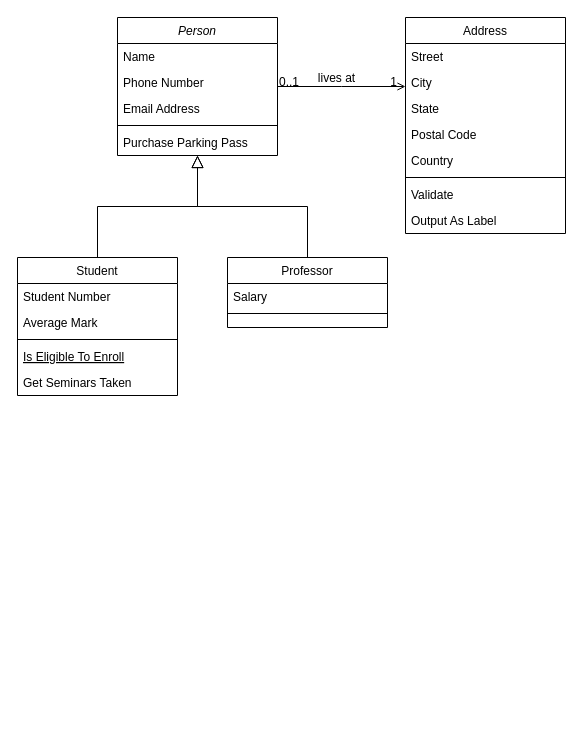
The draw.io diagram Untitled Diagram.drawio in andmansim/Ejercicios-recursividad, before the edit. Source tidied: cells renumbered, new cells numbered last; positions are measured from the earlier drawing's top-left corner, leaving out a move shared by most shapes. Both pictures are drawn from the tidied source at 100%, with x=0, y=0 at pixel (17, 17).
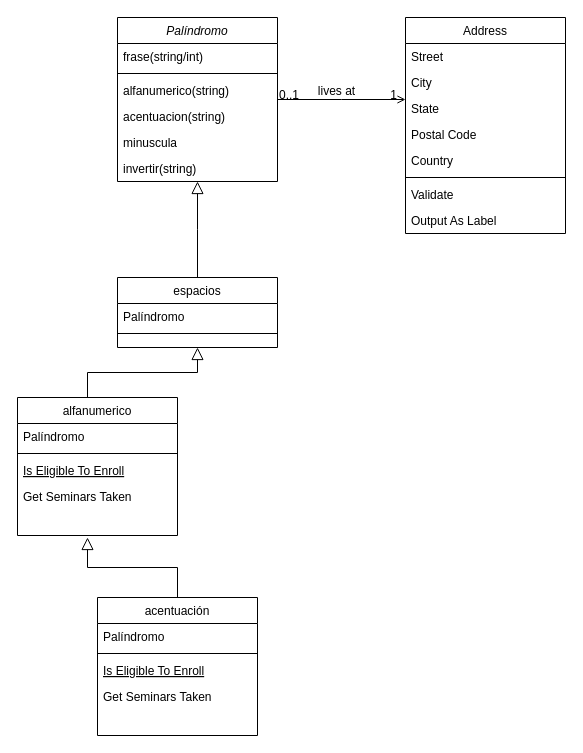
The same diagram, later.

Commit message:
ejercicio palindromo

Diff of the diagram source:
```diff
@@
-    <mxCell id="2" value="Person" style="swimlane;fontStyle=2;align=center;verticalAlign=top;horizontal=1;startSize=26;rounded=0;shadow=0;strokeWidth=1;" parent="1" vertex="1">
-      <mxGeometry x="100" width="160" height="138" as="geometry" />
+    <mxCell id="2" value="Palíndromo" style="swimlane;fontStyle=2;align=center;verticalAlign=top;horizontal=1;startSize=26;rounded=0;shadow=0;strokeWidth=1;" parent="1" vertex="1">
+      <mxGeometry x="100" width="160" height="164" as="geometry" />
     </mxCell>
-    <mxCell id="3" value="Name" style="text;align=left;verticalAlign=top;spacingLeft=4;spacingRight=4;overflow=hidden;" parent="2" vertex="1">
+    <mxCell id="3" value="frase(string/int)" style="text;align=left;verticalAlign=top;spacingLeft=4;spacingRight=4;overflow=hidden;" parent="2" vertex="1">
       <mxGeometry y="26" width="160" height="26" as="geometry" />
     </mxCell>
+    <mxCell id="6" style="line;html=1;strokeWidth=1;align=left;verticalAlign=middle;spacingTop=-1;spacingLeft=3;spacingRight=3;labelPosition=right;" parent="2" vertex="1">
+      <mxGeometry y="52" width="160" height="8" as="geometry" />
+    </mxCell>
+    <mxCell id="7" value="alfanumerico(string)" style="text;align=left;verticalAlign=top;spacingLeft=4;spacingRight=4;overflow=hidden;" parent="2" vertex="1">
+      <mxGeometry y="60" width="160" height="26" as="geometry" />
+    </mxCell>
-    <mxCell id="4" value="Phone Number" style="text;align=left;verticalAlign=top;spacingLeft=4;spacingRight=4;overflow=hidden;rounded=0;shadow=0;html=0;" parent="2" vertex="1">
-      <mxGeometry y="52" width="160" height="26" as="geometry" />
+    <mxCell id="4" value="acentuacion(string)" style="text;align=left;verticalAlign=top;spacingLeft=4;spacingRight=4;overflow=hidden;rounded=0;shadow=0;html=0;" parent="2" vertex="1">
+      <mxGeometry y="86" width="160" height="26" as="geometry" />
     </mxCell>
-    <mxCell id="5" value="Email Address" style="text;align=left;verticalAlign=top;spacingLeft=4;spacingRight=4;overflow=hidden;rounded=0;shadow=0;html=0;" parent="2" vertex="1">
-      <mxGeometry y="78" width="160" height="26" as="geometry" />
+    <mxCell id="5" value="minuscula" style="text;align=left;verticalAlign=top;spacingLeft=4;spacingRight=4;overflow=hidden;rounded=0;shadow=0;html=0;" parent="2" vertex="1">
+      <mxGeometry y="112" width="160" height="26" as="geometry" />
     </mxCell>
-    <mxCell id="6" style="line;html=1;strokeWidth=1;align=left;verticalAlign=middle;spacingTop=-1;spacingLeft=3;spacingRight=3;labelPosition=right;" parent="2" vertex="1">
-      <mxGeometry y="104" width="160" height="8" as="geometry" />
-    </mxCell>
-    <mxCell id="7" value="Purchase Parking Pass" style="text;align=left;verticalAlign=top;spacingLeft=4;spacingRight=4;overflow=hidden;" parent="2" vertex="1">
-      <mxGeometry y="112" width="160" height="26" as="geometry" />
-    </mxCell>
+    <mxCell id="32" value="invertir(string)" style="text;align=left;verticalAlign=top;spacingLeft=4;spacingRight=4;overflow=hidden;rounded=0;shadow=0;html=0;" parent="2" vertex="1">
+      <mxGeometry y="138" width="160" height="26" as="geometry" />
+    </mxCell>
-    <mxCell id="8" value="Student" style="swimlane;fontStyle=0;align=center;verticalAlign=top;horizontal=1;startSize=26;rounded=0;shadow=0;strokeWidth=1;" parent="1" vertex="1">
-      <mxGeometry y="240" width="160" height="138" as="geometry" />
+    <mxCell id="8" value="alfanumerico" style="swimlane;fontStyle=0;align=center;verticalAlign=top;horizontal=1;startSize=26;rounded=0;shadow=0;strokeWidth=1;" parent="1" vertex="1">
+      <mxGeometry y="380" width="160" height="138" as="geometry" />
     </mxCell>
-    <mxCell id="9" value="Student Number" style="text;align=left;verticalAlign=top;spacingLeft=4;spacingRight=4;overflow=hidden;" parent="8" vertex="1">
+    <mxCell id="9" value="Palíndromo" style="text;align=left;verticalAlign=top;spacingLeft=4;spacingRight=4;overflow=hidden;" parent="8" vertex="1">
       <mxGeometry y="26" width="160" height="26" as="geometry" />
     </mxCell>
-    <mxCell id="10" value="Average Mark" style="text;align=left;verticalAlign=top;spacingLeft=4;spacingRight=4;overflow=hidden;rounded=0;shadow=0;html=0;" parent="8" vertex="1">
-      <mxGeometry y="52" width="160" height="26" as="geometry" />
-    </mxCell>
     <mxCell id="11" style="line;html=1;strokeWidth=1;align=left;verticalAlign=middle;spacingTop=-1;spacingLeft=3;spacingRight=3;labelPosition=right;" parent="8" vertex="1">
-      <mxGeometry y="78" width="160" height="8" as="geometry" />
+      <mxGeometry y="52" width="160" height="8" as="geometry" />
     </mxCell>
     <mxCell id="12" value="Is Eligible To Enroll" style="text;align=left;verticalAlign=top;spacingLeft=4;spacingRight=4;overflow=hidden;fontStyle=4;" parent="8" vertex="1">
-      <mxGeometry y="86" width="160" height="26" as="geometry" />
+      <mxGeometry y="60" width="160" height="26" as="geometry" />
     </mxCell>
     <mxCell id="13" value="Get Seminars Taken" style="text;align=left;verticalAlign=top;spacingLeft=4;spacingRight=4;overflow=hidden;" parent="8" vertex="1">
-      <mxGeometry y="112" width="160" height="26" as="geometry" />
+      <mxGeometry y="86" width="160" height="26" as="geometry" />
     </mxCell>
-    <mxCell id="14" style="endArrow=block;endSize=10;endFill=0;shadow=0;strokeWidth=1;rounded=0;edgeStyle=elbowEdgeStyle;elbow=vertical;" parent="1" edge="1" source="8" target="2">
+    <mxCell id="14" style="endArrow=block;endSize=10;endFill=0;shadow=0;strokeWidth=1;rounded=0;edgeStyle=elbowEdgeStyle;elbow=vertical;" parent="1" edge="1" source="15" target="2">
       <mxGeometry relative="1" as="geometry" />
     </mxCell>
-    <mxCell id="15" value="Professor" style="swimlane;fontStyle=0;align=center;verticalAlign=top;horizontal=1;startSize=26;rounded=0;shadow=0;strokeWidth=1;" parent="1" vertex="1">
-      <mxGeometry x="210" y="240" width="160" height="70" as="geometry" />
+    <mxCell id="15" value="espacios" style="swimlane;fontStyle=0;align=center;verticalAlign=top;horizontal=1;startSize=26;rounded=0;shadow=0;strokeWidth=1;" parent="1" vertex="1">
+      <mxGeometry x="100" y="260" width="160" height="70" as="geometry" />
     </mxCell>
-    <mxCell id="16" value="Salary" style="text;align=left;verticalAlign=top;spacingLeft=4;spacingRight=4;overflow=hidden;" parent="15" vertex="1">
+    <mxCell id="16" value="Palíndromo" style="text;align=left;verticalAlign=top;spacingLeft=4;spacingRight=4;overflow=hidden;" parent="15" vertex="1">
       <mxGeometry y="26" width="160" height="26" as="geometry" />
     </mxCell>
@@
-    <mxCell id="18" style="endArrow=block;endSize=10;endFill=0;shadow=0;strokeWidth=1;rounded=0;edgeStyle=elbowEdgeStyle;elbow=vertical;" parent="1" edge="1" source="15" target="2">
-      <mxGeometry relative="1" as="geometry" />
-    </mxCell>
@@
+    <mxCell id="33" style="endArrow=block;endSize=10;endFill=0;shadow=0;strokeWidth=1;rounded=0;edgeStyle=elbowEdgeStyle;elbow=vertical;entryX=0.5;entryY=1;entryDx=0;entryDy=0;" parent="1" edge="1" target="15">
+      <mxGeometry relative="1" as="geometry">
+        <mxPoint x="70" y="380" as="sourcePoint" />
+      </mxGeometry>
+    </mxCell>
+    <mxCell id="34" style="endArrow=block;endSize=10;endFill=0;shadow=0;strokeWidth=1;rounded=0;edgeStyle=elbowEdgeStyle;elbow=vertical;exitX=0.5;exitY=0;exitDx=0;exitDy=0;" parent="1" edge="1" source="35">
+      <mxGeometry relative="1" as="geometry">
+        <mxPoint x="70" y="520" as="targetPoint" />
+      </mxGeometry>
+    </mxCell>
+    <mxCell id="35" value="acentuación" style="swimlane;fontStyle=0;align=center;verticalAlign=top;horizontal=1;startSize=26;rounded=0;shadow=0;strokeWidth=1;" parent="1" vertex="1">
+      <mxGeometry x="80" y="580" width="160" height="138" as="geometry" />
+    </mxCell>
+    <mxCell id="36" value="Palíndromo" style="text;align=left;verticalAlign=top;spacingLeft=4;spacingRight=4;overflow=hidden;" parent="35" vertex="1">
+      <mxGeometry y="26" width="160" height="26" as="geometry" />
+    </mxCell>
+    <mxCell id="37" style="line;html=1;strokeWidth=1;align=left;verticalAlign=middle;spacingTop=-1;spacingLeft=3;spacingRight=3;labelPosition=right;" parent="35" vertex="1">
+      <mxGeometry y="52" width="160" height="8" as="geometry" />
+    </mxCell>
+    <mxCell id="38" value="Is Eligible To Enroll" style="text;align=left;verticalAlign=top;spacingLeft=4;spacingRight=4;overflow=hidden;fontStyle=4;" parent="35" vertex="1">
+      <mxGeometry y="60" width="160" height="26" as="geometry" />
+    </mxCell>
+    <mxCell id="39" value="Get Seminars Taken" style="text;align=left;verticalAlign=top;spacingLeft=4;spacingRight=4;overflow=hidden;" parent="35" vertex="1">
+      <mxGeometry y="86" width="160" height="26" as="geometry" />
+    </mxCell>
```
